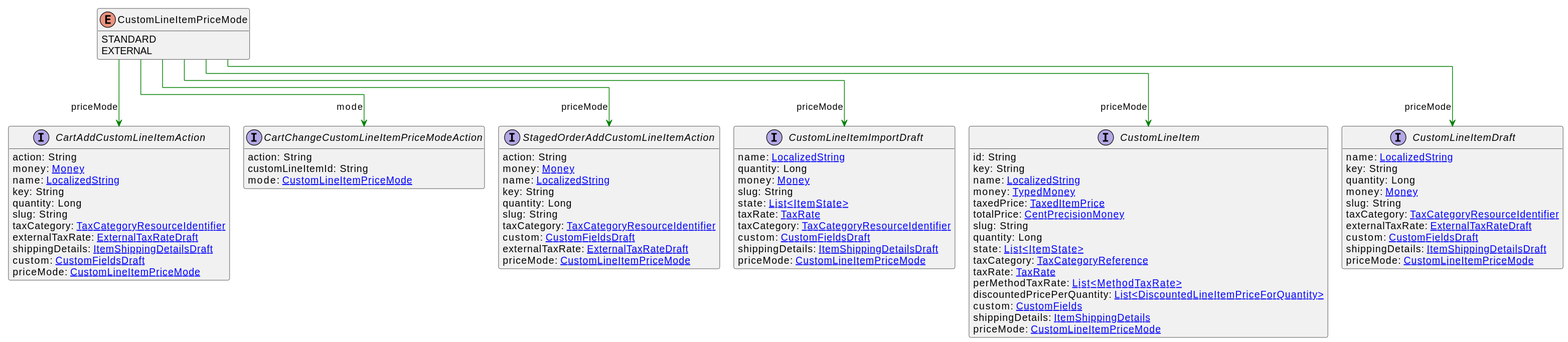
commercetools/commercetools-api-reference keeps this PlantUML diagram as uml/api/svg/CustomLineItemPriceMode.svg. Above is the earlier version.
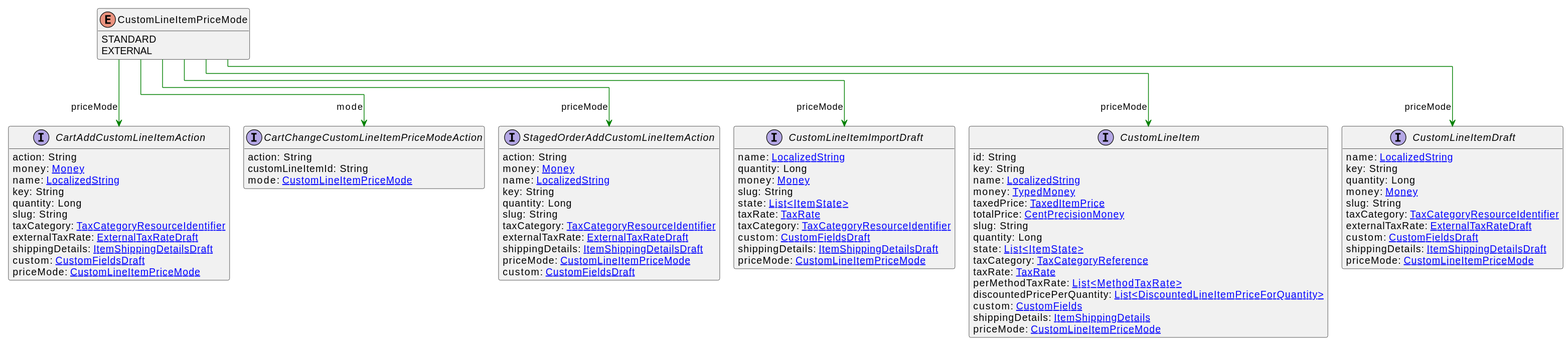
Above is the later version.

The edit, as a diff of the source:
```diff
@@ -61,9 +61,10 @@
     quantity: Long
     slug: String
     taxCategory: [[TaxCategoryResourceIdentifier.svg TaxCategoryResourceIdentifier]]
+    externalTaxRate: [[ExternalTaxRateDraft.svg ExternalTaxRateDraft]]
+    shippingDetails: [[ItemShippingDetailsDraft.svg ItemShippingDetailsDraft]]
+    priceMode: [[CustomLineItemPriceMode.svg CustomLineItemPriceMode]]
     custom: [[CustomFieldsDraft.svg CustomFieldsDraft]]
-    externalTaxRate: [[ExternalTaxRateDraft.svg ExternalTaxRateDraft]]
-    priceMode: [[CustomLineItemPriceMode.svg CustomLineItemPriceMode]]
 }
 interface CustomLineItemImportDraft [[CustomLineItemImportDraft.svg]]  {
     name: [[LocalizedString.svg LocalizedString]]
```
